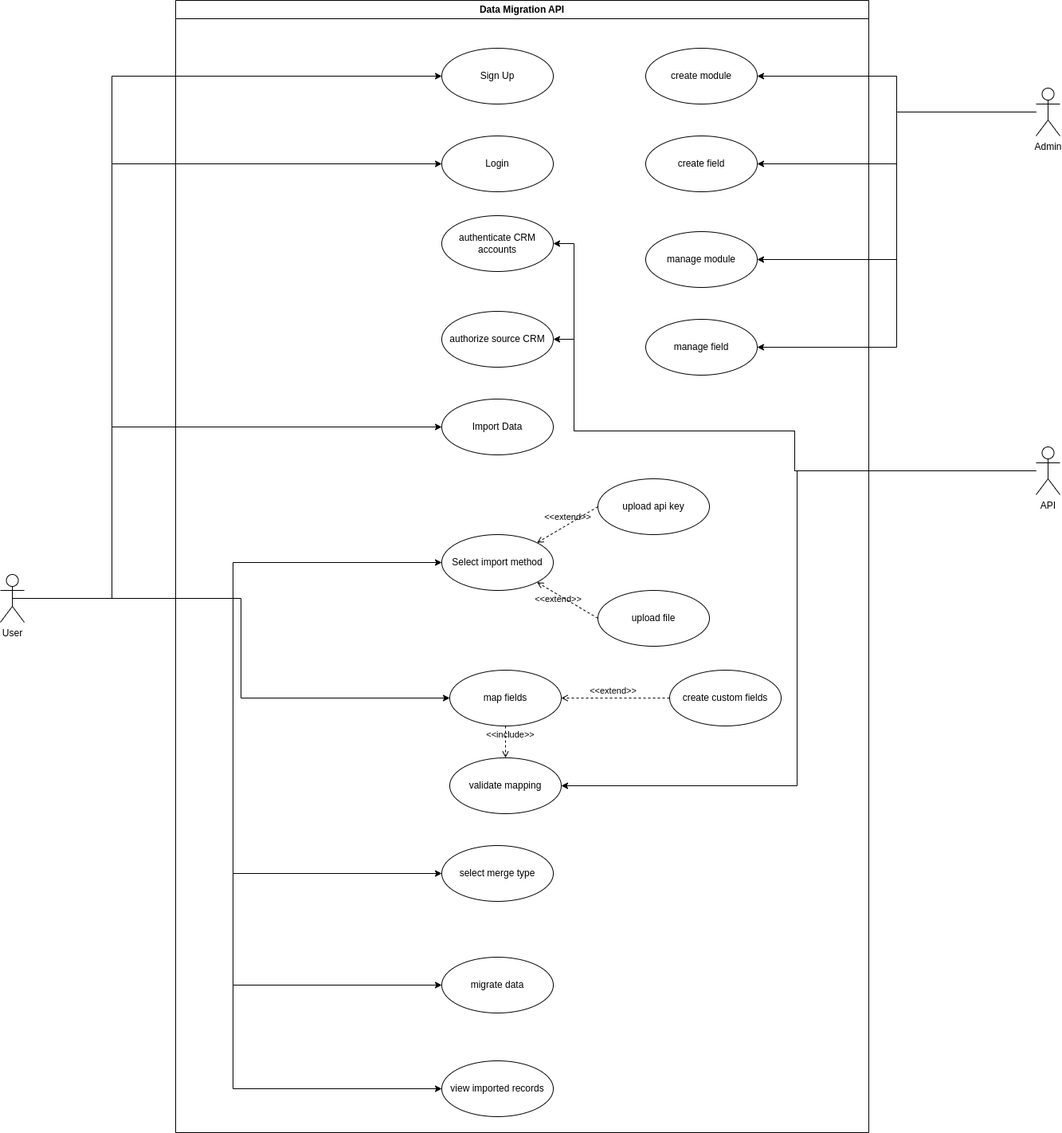
devpatel13/Rapidops keeps this draw.io diagram as JavaScript/Data Migration Project/Diagrams/UseCase.png. Above is the earlier version. Source tidied: cells renumbered, new cells last; positions are measured from the earlier drawing's top-left corner, leaving out a move shared by most shapes.
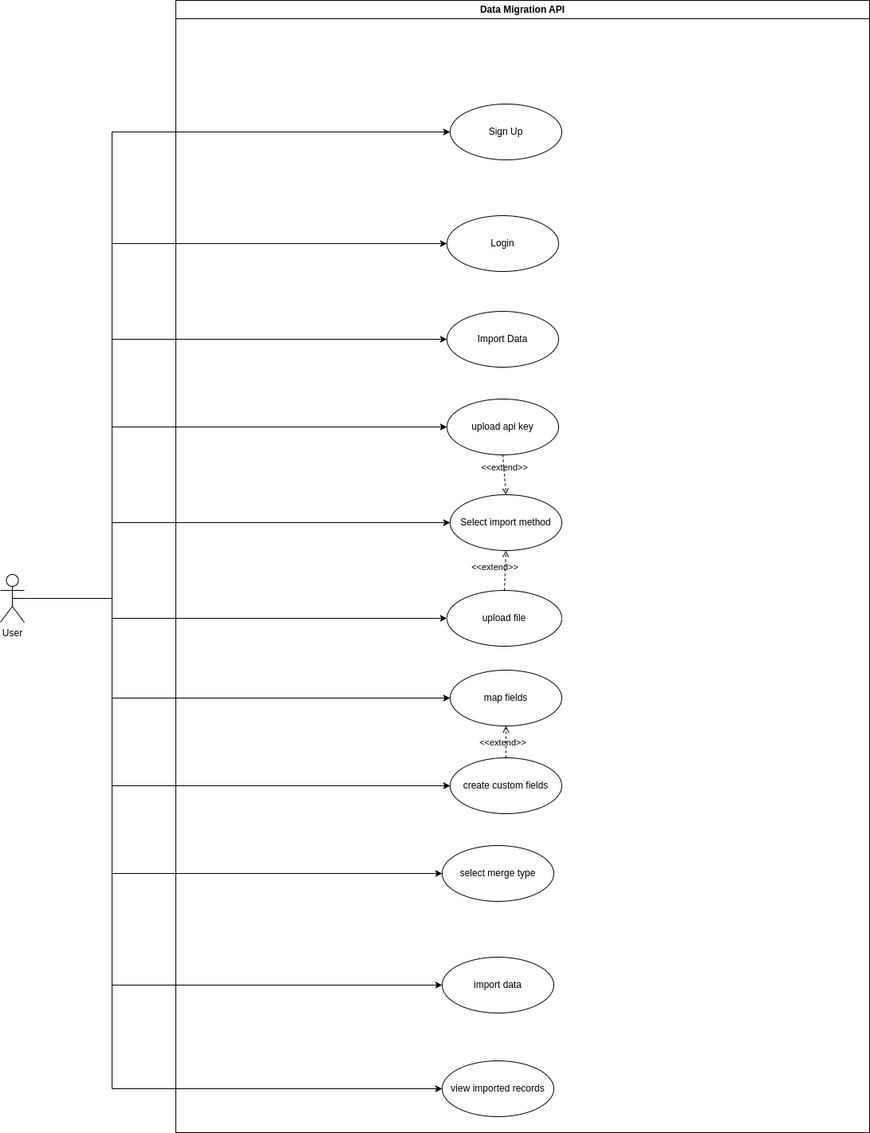
Above is the later version.

Commit message:
Data Migration Project Diagrams

Change to the diagram source:
```diff
@@ -2,62 +2,28 @@
   <root>
     <mxCell id="0" />
     <mxCell id="1" parent="0" />
-    <mxCell id="2" style="edgeStyle=orthogonalEdgeStyle;rounded=0;jettySize=auto;html=1;entryX=1;entryY=0.5;entryDx=0;entryDy=0;" parent="1" edge="1" source="5" target="9">
-      <mxGeometry relative="1" as="geometry">
-        <Array as="points">
-          <mxPoint x="997" y="590" />
-          <mxPoint x="997" y="540" />
-          <mxPoint x="720" y="540" />
-          <mxPoint x="720" y="305" />
-        </Array>
-      </mxGeometry>
-    </mxCell>
-    <mxCell id="3" style="edgeStyle=orthogonalEdgeStyle;rounded=0;jettySize=auto;html=1;entryX=1;entryY=0.5;entryDx=0;entryDy=0;" parent="1" edge="1" source="5" target="31">
-      <mxGeometry relative="1" as="geometry">
-        <Array as="points">
-          <mxPoint x="997" y="590" />
-          <mxPoint x="997" y="540" />
-          <mxPoint x="720" y="540" />
-          <mxPoint x="720" y="425" />
-        </Array>
-      </mxGeometry>
-    </mxCell>
-    <mxCell id="4" style="edgeStyle=orthogonalEdgeStyle;rounded=0;jettySize=auto;html=1;entryX=1;entryY=0.5;entryDx=0;entryDy=0;" parent="1" edge="1" source="5" target="32">
-      <mxGeometry relative="1" as="geometry">
-        <Array as="points">
-          <mxPoint x="1000" y="590" />
-          <mxPoint x="1000" y="985" />
-        </Array>
-      </mxGeometry>
-    </mxCell>
-    <mxCell id="5" value="&lt;div&gt;API&lt;/div&gt;" style="shape=umlActor;verticalLabelPosition=bottom;verticalAlign=top;html=1;outlineConnect=0;" parent="1" vertex="1">
-      <mxGeometry x="1300" y="560" width="30" height="60" as="geometry" />
-    </mxCell>
     <mxCell id="6" value="Data Migration API" style="swimlane;whiteSpace=wrap;html=1;" parent="1" vertex="1">
       <mxGeometry x="220" width="870" height="1420" as="geometry" />
     </mxCell>
     <mxCell id="7" value="Sign Up" style="ellipse;whiteSpace=wrap;html=1;" parent="6" vertex="1">
-      <mxGeometry x="334" y="60" width="140" height="70" as="geometry" />
+      <mxGeometry x="344" y="130" width="140" height="70" as="geometry" />
     </mxCell>
     <mxCell id="8" value="Login" style="ellipse;whiteSpace=wrap;html=1;" parent="6" vertex="1">
-      <mxGeometry x="334" y="170" width="140" height="70" as="geometry" />
+      <mxGeometry x="340" y="270" width="140" height="70" as="geometry" />
     </mxCell>
-    <mxCell id="9" value="authenticate CRM accounts" style="ellipse;whiteSpace=wrap;html=1;" parent="6" vertex="1">
-      <mxGeometry x="334" y="270" width="140" height="70" as="geometry" />
-    </mxCell>
     <mxCell id="10" style="edgeStyle=orthogonalEdgeStyle;rounded=0;jettySize=auto;html=1;entryX=0;entryY=0.5;entryDx=0;entryDy=0;exitX=0.5;exitY=0.5;exitDx=0;exitDy=0;exitPerimeter=0;" parent="6" edge="1" source="16" target="18">
       <mxGeometry relative="1" as="geometry">
         <Array as="points">
           <mxPoint x="-80" y="750" />
-          <mxPoint x="-80" y="535" />
+          <mxPoint x="-80" y="425" />
         </Array>
       </mxGeometry>
     </mxCell>
     <mxCell id="11" style="edgeStyle=orthogonalEdgeStyle;rounded=0;jettySize=auto;html=1;entryX=0;entryY=0.5;entryDx=0;entryDy=0;" parent="6" edge="1" source="16" target="20">
       <mxGeometry relative="1" as="geometry">
         <Array as="points">
-          <mxPoint x="72" y="750" />
-          <mxPoint x="72" y="705" />
+          <mxPoint x="-80" y="750" />
+          <mxPoint x="-80" y="655" />
         </Array>
       </mxGeometry>
     </mxCell>
@@ -65,35 +31,59 @@
       <mxGeometry relative="1" as="geometry">
         <mxPoint x="-180" y="750" as="sourcePoint" />
         <Array as="points">
-          <mxPoint x="82" y="750" />
-          <mxPoint x="82" y="875" />
+          <mxPoint x="-80" y="750" />
+          <mxPoint x="-80" y="875" />
         </Array>
       </mxGeometry>
     </mxCell>
     <mxCell id="13" style="edgeStyle=orthogonalEdgeStyle;rounded=0;jettySize=auto;html=1;entryX=0;entryY=0.5;entryDx=0;entryDy=0;exitX=0.5;exitY=0.5;exitDx=0;exitDy=0;exitPerimeter=0;" parent="6" edge="1" source="16" target="28">
       <mxGeometry relative="1" as="geometry">
         <Array as="points">
-          <mxPoint x="72" y="750" />
-          <mxPoint x="72" y="1095" />
+          <mxPoint x="-80" y="750" />
+          <mxPoint x="-80" y="1095" />
         </Array>
       </mxGeometry>
     </mxCell>
     <mxCell id="14" style="edgeStyle=orthogonalEdgeStyle;rounded=0;jettySize=auto;html=1;entryX=0;entryY=0.5;entryDx=0;entryDy=0;exitX=0.5;exitY=0.5;exitDx=0;exitDy=0;exitPerimeter=0;" parent="6" edge="1" source="16" target="29">
       <mxGeometry relative="1" as="geometry">
         <Array as="points">
-          <mxPoint x="72" y="750" />
-          <mxPoint x="72" y="1235" />
+          <mxPoint x="-80" y="750" />
+          <mxPoint x="-80" y="1235" />
         </Array>
       </mxGeometry>
     </mxCell>
     <mxCell id="15" style="edgeStyle=orthogonalEdgeStyle;rounded=0;jettySize=auto;html=1;entryX=0;entryY=0.5;entryDx=0;entryDy=0;exitX=0.5;exitY=0.5;exitDx=0;exitDy=0;exitPerimeter=0;" parent="6" edge="1" source="16" target="30">
       <mxGeometry relative="1" as="geometry">
         <Array as="points">
-          <mxPoint x="72" y="750" />
-          <mxPoint x="72" y="1365" />
+          <mxPoint x="-80" y="750" />
+          <mxPoint x="-80" y="1365" />
         </Array>
       </mxGeometry>
     </mxCell>
+    <mxCell id="43" style="edgeStyle=orthogonalEdgeStyle;rounded=0;jettySize=auto;html=1;entryX=0;entryY=0.5;entryDx=0;entryDy=0;" parent="6" edge="1" source="16" target="22">
+      <mxGeometry relative="1" as="geometry">
+        <Array as="points">
+          <mxPoint x="-80" y="750" />
+          <mxPoint x="-80" y="775" />
+        </Array>
+      </mxGeometry>
+    </mxCell>
+    <mxCell id="44" style="edgeStyle=orthogonalEdgeStyle;rounded=0;jettySize=auto;html=1;entryX=0;entryY=0.5;entryDx=0;entryDy=0;" parent="6" edge="1" source="16" target="21">
+      <mxGeometry relative="1" as="geometry">
+        <Array as="points">
+          <mxPoint x="-80" y="750" />
+          <mxPoint x="-80" y="535" />
+        </Array>
+      </mxGeometry>
+    </mxCell>
+    <mxCell id="45" style="edgeStyle=orthogonalEdgeStyle;rounded=0;jettySize=auto;html=1;entryX=0;entryY=0.5;entryDx=0;entryDy=0;" parent="6" edge="1" source="16" target="26">
+      <mxGeometry relative="1" as="geometry">
+        <Array as="points">
+          <mxPoint x="-80" y="750" />
+          <mxPoint x="-80" y="985" />
+        </Array>
+      </mxGeometry>
+    </mxCell>
     <mxCell id="16" value="&lt;div&gt;User&lt;/div&gt;" style="shape=umlActor;verticalLabelPosition=bottom;verticalAlign=top;html=1;outlineConnect=0;" parent="6" vertex="1">
       <mxGeometry x="-220" y="720" width="30" height="60" as="geometry" />
     </mxCell>
@@ -101,91 +91,55 @@
       <mxGeometry relative="1" as="geometry">
         <Array as="points">
           <mxPoint x="-80" y="750" />
-          <mxPoint x="-80" y="95" />
+          <mxPoint x="-80" y="165" />
         </Array>
       </mxGeometry>
     </mxCell>
     <mxCell id="18" value="Import Data" style="ellipse;whiteSpace=wrap;html=1;" parent="6" vertex="1">
-      <mxGeometry x="334" y="500" width="140" height="70" as="geometry" />
+      <mxGeometry x="340" y="390" width="140" height="70" as="geometry" />
     </mxCell>
     <mxCell id="19" style="edgeStyle=orthogonalEdgeStyle;rounded=0;jettySize=auto;html=1;entryX=0;entryY=0.5;entryDx=0;entryDy=0;" parent="6" edge="1" source="16" target="8">
       <mxGeometry relative="1" as="geometry">
         <Array as="points">
           <mxPoint x="-80" y="750" />
-          <mxPoint x="-80" y="205" />
+          <mxPoint x="-80" y="305" />
         </Array>
       </mxGeometry>
     </mxCell>
     <mxCell id="20" value="Select import method" style="ellipse;whiteSpace=wrap;html=1;" parent="6" vertex="1">
-      <mxGeometry x="334" y="670" width="140" height="70" as="geometry" />
+      <mxGeometry x="344" y="620" width="140" height="70" as="geometry" />
     </mxCell>
     <mxCell id="21" value="upload api key" style="ellipse;whiteSpace=wrap;html=1;" parent="6" vertex="1">
-      <mxGeometry x="530" y="600" width="140" height="70" as="geometry" />
+      <mxGeometry x="340" y="500" width="140" height="70" as="geometry" />
     </mxCell>
     <mxCell id="22" value="upload file" style="ellipse;whiteSpace=wrap;html=1;" parent="6" vertex="1">
-      <mxGeometry x="530" y="740" width="140" height="70" as="geometry" />
+      <mxGeometry x="340" y="740" width="144" height="70" as="geometry" />
     </mxCell>
-    <mxCell id="23" value="&amp;lt;&amp;lt;extend&amp;gt;&amp;gt;" style="html=1;verticalAlign=bottom;labelBackgroundColor=none;endArrow=open;endFill=0;dashed=1;rounded=0;entryX=1;entryY=0;entryDx=0;entryDy=0;exitX=0;exitY=0.5;exitDx=0;exitDy=0;" parent="6" edge="1" source="21" target="20">
+    <mxCell id="23" value="&amp;lt;&amp;lt;extend&amp;gt;&amp;gt;" style="html=1;verticalAlign=bottom;labelBackgroundColor=none;endArrow=open;endFill=0;dashed=1;rounded=0;entryX=0.5;entryY=0;entryDx=0;entryDy=0;exitX=0.5;exitY=1;exitDx=0;exitDy=0;" parent="6" edge="1" source="21" target="20">
       <mxGeometry relative="1" as="geometry" />
     </mxCell>
-    <mxCell id="24" value="&amp;lt;&amp;lt;extend&amp;gt;&amp;gt;" style="html=1;verticalAlign=bottom;labelBackgroundColor=none;endArrow=open;endFill=0;dashed=1;rounded=0;exitX=0;exitY=0.5;exitDx=0;exitDy=0;entryX=1;entryY=1;entryDx=0;entryDy=0;" parent="6" edge="1" source="22" target="20">
-      <mxGeometry x="0.14" y="13" relative="1" as="geometry">
-        <mxPoint x="1" as="offset" />
+    <mxCell id="24" value="&amp;lt;&amp;lt;extend&amp;gt;&amp;gt;" style="html=1;verticalAlign=bottom;labelBackgroundColor=none;endArrow=open;endFill=0;dashed=1;rounded=0;exitX=0.5;exitY=0;exitDx=0;exitDy=0;entryX=0.5;entryY=1;entryDx=0;entryDy=0;" parent="6" edge="1" source="22" target="20">
+      <mxGeometry x="-0.22" y="13" relative="1" as="geometry">
+        <mxPoint y="1" as="offset" />
       </mxGeometry>
     </mxCell>
     <mxCell id="25" value="map fields" style="ellipse;whiteSpace=wrap;html=1;" parent="6" vertex="1">
       <mxGeometry x="344" y="840" width="140" height="70" as="geometry" />
     </mxCell>
     <mxCell id="26" value="create custom fields" style="ellipse;whiteSpace=wrap;html=1;" parent="6" vertex="1">
-      <mxGeometry x="620" y="840" width="140" height="70" as="geometry" />
+      <mxGeometry x="344" y="950" width="140" height="70" as="geometry" />
     </mxCell>
-    <mxCell id="27" value="&amp;lt;&amp;lt;extend&amp;gt;&amp;gt;" style="html=1;verticalAlign=bottom;labelBackgroundColor=none;endArrow=open;endFill=0;dashed=1;rounded=0;exitX=0;exitY=0.5;exitDx=0;exitDy=0;entryX=1;entryY=0.5;entryDx=0;entryDy=0;" parent="6" edge="1" source="26" target="25">
-      <mxGeometry x="0.04" relative="1" as="geometry" />
+    <mxCell id="27" value="&amp;lt;&amp;lt;extend&amp;gt;&amp;gt;" style="html=1;verticalAlign=bottom;labelBackgroundColor=none;endArrow=open;endFill=0;dashed=1;rounded=0;exitX=0.5;exitY=0;exitDx=0;exitDy=0;entryX=0.5;entryY=1;entryDx=0;entryDy=0;" parent="6" edge="1" source="26" target="25">
+      <mxGeometry x="-0.5" y="4" relative="1" as="geometry" />
     </mxCell>
     <mxCell id="28" value="select merge type" style="ellipse;whiteSpace=wrap;html=1;" parent="6" vertex="1">
       <mxGeometry x="334" y="1060" width="140" height="70" as="geometry" />
     </mxCell>
-    <mxCell id="29" value="migrate data" style="ellipse;whiteSpace=wrap;html=1;" parent="6" vertex="1">
+    <mxCell id="29" value="import data" style="ellipse;whiteSpace=wrap;html=1;" parent="6" vertex="1">
       <mxGeometry x="334" y="1200" width="140" height="70" as="geometry" />
     </mxCell>
     <mxCell id="30" value="view imported records" style="ellipse;whiteSpace=wrap;html=1;" parent="6" vertex="1">
       <mxGeometry x="334" y="1330" width="140" height="70" as="geometry" />
     </mxCell>
-    <mxCell id="31" value="authorize source CRM" style="ellipse;whiteSpace=wrap;html=1;" parent="6" vertex="1">
-      <mxGeometry x="334" y="390" width="140" height="70" as="geometry" />
-    </mxCell>
-    <mxCell id="32" value="validate mapping" style="ellipse;whiteSpace=wrap;html=1;" parent="6" vertex="1">
-      <mxGeometry x="344" y="950" width="140" height="70" as="geometry" />
-    </mxCell>
-    <mxCell id="33" value="&amp;lt;&amp;lt;include&amp;gt;&amp;gt;" style="html=1;verticalAlign=bottom;labelBackgroundColor=none;endArrow=open;endFill=0;dashed=1;rounded=0;exitX=0.5;exitY=1;exitDx=0;exitDy=0;entryX=0.5;entryY=0;entryDx=0;entryDy=0;" parent="6" edge="1" source="25" target="32">
-      <mxGeometry y="6" relative="1" as="geometry" />
-    </mxCell>
-    <mxCell id="34" value="create module" style="ellipse;whiteSpace=wrap;html=1;" parent="6" vertex="1">
-      <mxGeometry x="590" y="60" width="140" height="70" as="geometry" />
-    </mxCell>
-    <mxCell id="35" value="create field" style="ellipse;whiteSpace=wrap;html=1;" parent="6" vertex="1">
-      <mxGeometry x="590" y="170" width="140" height="70" as="geometry" />
-    </mxCell>
-    <mxCell id="36" value="manage module" style="ellipse;whiteSpace=wrap;html=1;" parent="6" vertex="1">
-      <mxGeometry x="590" y="290" width="140" height="70" as="geometry" />
-    </mxCell>
-    <mxCell id="37" value="manage field" style="ellipse;whiteSpace=wrap;html=1;" parent="6" vertex="1">
-      <mxGeometry x="590" y="400" width="140" height="70" as="geometry" />
-    </mxCell>
-    <mxCell id="38" style="edgeStyle=orthogonalEdgeStyle;rounded=0;jettySize=auto;html=1;" parent="1" edge="1" source="42" target="34">
-      <mxGeometry relative="1" as="geometry" />
-    </mxCell>
-    <mxCell id="39" style="edgeStyle=orthogonalEdgeStyle;rounded=0;jettySize=auto;html=1;entryX=1;entryY=0.5;entryDx=0;entryDy=0;" parent="1" edge="1" source="42" target="35">
-      <mxGeometry relative="1" as="geometry" />
-    </mxCell>
-    <mxCell id="40" style="edgeStyle=orthogonalEdgeStyle;rounded=0;jettySize=auto;html=1;entryX=1;entryY=0.5;entryDx=0;entryDy=0;" parent="1" edge="1" source="42" target="36">
-      <mxGeometry relative="1" as="geometry" />
-    </mxCell>
-    <mxCell id="41" style="edgeStyle=orthogonalEdgeStyle;rounded=0;jettySize=auto;html=1;entryX=1;entryY=0.5;entryDx=0;entryDy=0;" parent="1" edge="1" source="42" target="37">
-      <mxGeometry relative="1" as="geometry" />
-    </mxCell>
-    <mxCell id="42" value="&lt;div&gt;Admin&lt;/div&gt;" style="shape=umlActor;verticalLabelPosition=bottom;verticalAlign=top;html=1;outlineConnect=0;" parent="1" vertex="1">
-      <mxGeometry x="1300" y="110" width="30" height="60" as="geometry" />
-    </mxCell>
   </root>
 </mxGraphModel>
```
